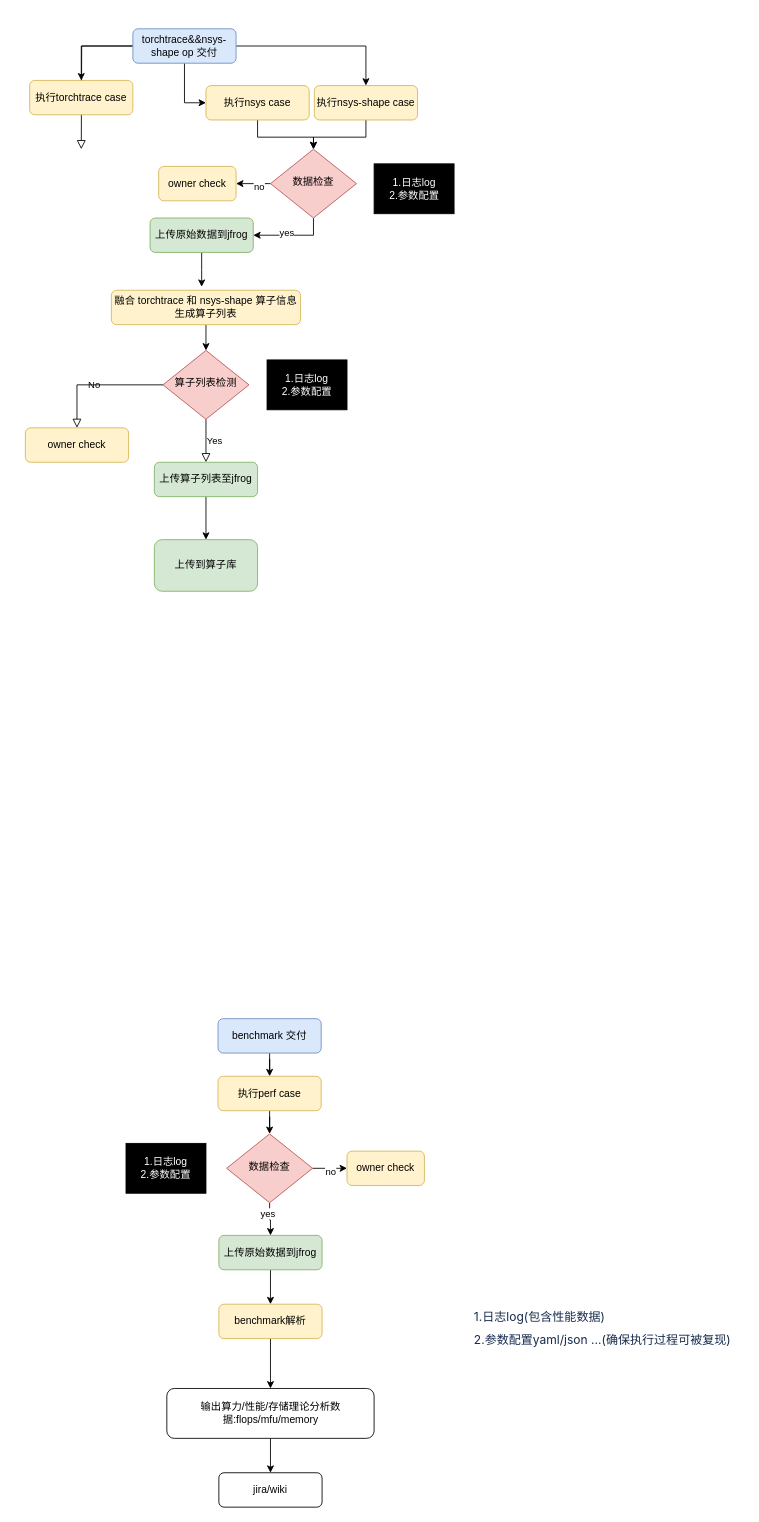
The draw.io diagram torchtrace_nsys-shape_op.drawio in kkkparty/drawio, before the edit. Source tidied: cells renumbered, new cells numbered last; positions are measured from the earlier drawing's top-left corner, leaving out a move shared by most shapes. Both pictures are drawn from the tidied source at 86%, with x=0, y=0 at pixel (25, 28).
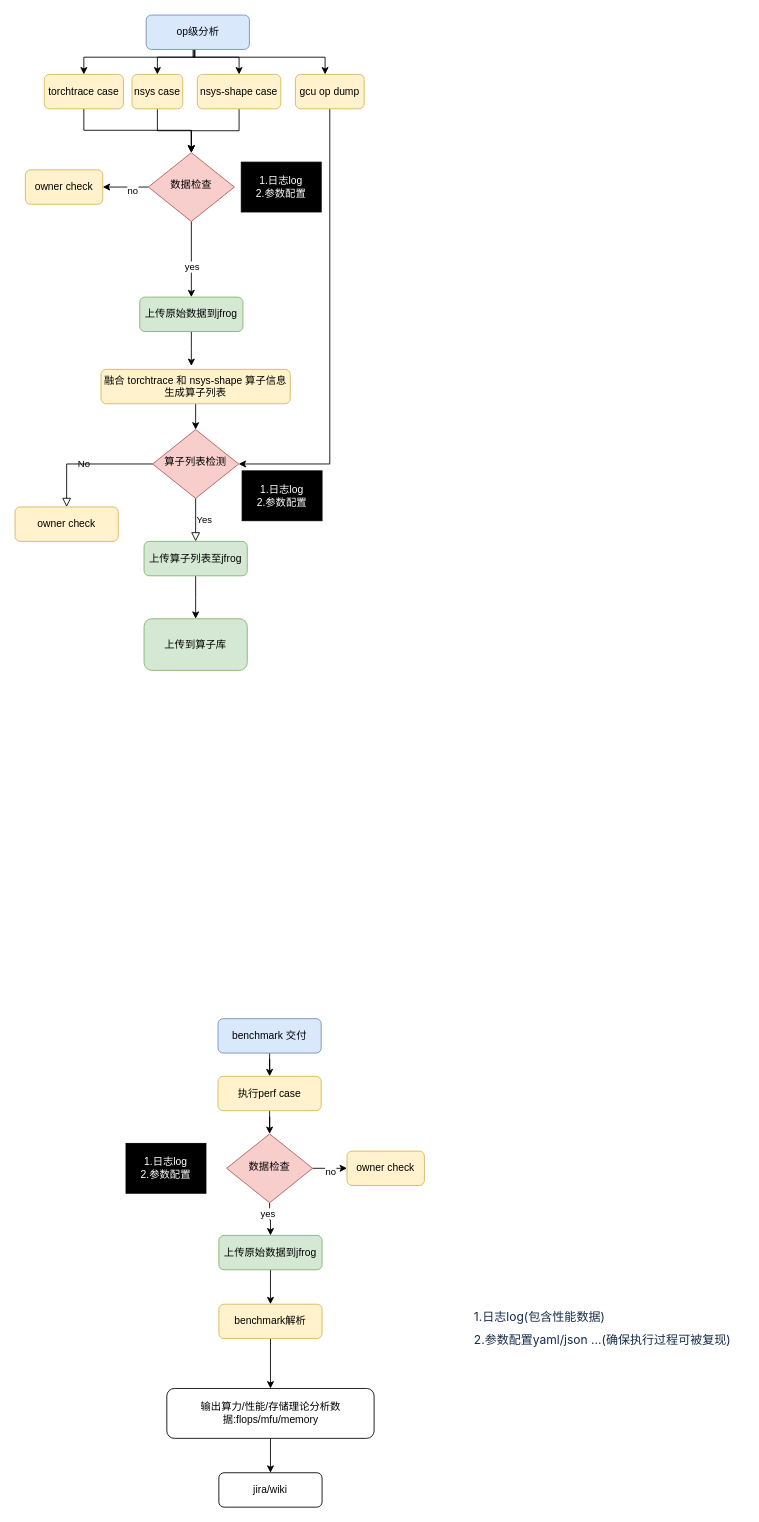
Above is the later version.

Change to the diagram source:
```diff
@@
-    <mxCell id="2" style="rounded=0;html=1;jettySize=auto;fontSize=11;endArrow=block;endFill=0;endSize=8;strokeWidth=1;shadow=0;labelBackgroundColor=none;edgeStyle=orthogonalEdgeStyle;" parent="1" edge="1" source="6">
-      <mxGeometry relative="1" as="geometry">
-        <mxPoint x="65" y="140" as="targetPoint" />
-      </mxGeometry>
-    </mxCell>
     <mxCell id="3" style="edgeStyle=orthogonalEdgeStyle;rounded=0;jettySize=auto;html=1;entryX=0.5;entryY=0;entryDx=0;entryDy=0;" parent="1" edge="1" source="6" target="13">
       <mxGeometry relative="1" as="geometry">
         <Array as="points">
-          <mxPoint x="65" y="20" />
+          <mxPoint x="196" y="33" />
+          <mxPoint x="68" y="33" />
         </Array>
       </mxGeometry>
     </mxCell>
+    <mxCell id="5" style="edgeStyle=orthogonalEdgeStyle;rounded=0;jettySize=auto;html=1;entryX=0.5;entryY=0;entryDx=0;entryDy=0;" parent="1" edge="1" source="6" target="44">
+      <mxGeometry relative="1" as="geometry">
+        <Array as="points">
+          <mxPoint x="197" y="33" />
+          <mxPoint x="154" y="33" />
+        </Array>
+      </mxGeometry>
+    </mxCell>
     <mxCell id="4" style="edgeStyle=orthogonalEdgeStyle;rounded=0;jettySize=auto;html=1;entryX=0.5;entryY=0;entryDx=0;entryDy=0;" parent="1" edge="1" source="6" target="15">
-      <mxGeometry relative="1" as="geometry" />
+      <mxGeometry relative="1" as="geometry">
+        <Array as="points">
+          <mxPoint x="197" y="33" />
+          <mxPoint x="249" y="33" />
+        </Array>
+      </mxGeometry>
     </mxCell>
-    <mxCell id="5" style="edgeStyle=orthogonalEdgeStyle;rounded=0;jettySize=auto;html=1;entryX=0;entryY=0.5;entryDx=0;entryDy=0;" parent="1" edge="1" source="6" target="44">
-      <mxGeometry relative="1" as="geometry" />
-    </mxCell>
+    <mxCell id="51" style="edgeStyle=orthogonalEdgeStyle;rounded=0;orthogonalLoop=1;jettySize=auto;html=1;entryX=0.5;entryY=0;entryDx=0;entryDy=0;" parent="1" edge="1">
+      <mxGeometry relative="1" as="geometry">
+        <mxPoint x="195" y="24" as="sourcePoint" />
+        <mxPoint x="348.5" y="53" as="targetPoint" />
+        <Array as="points">
+          <mxPoint x="195.5" y="33" />
+          <mxPoint x="348.5" y="33" />
+        </Array>
+      </mxGeometry>
+    </mxCell>
-    <mxCell id="6" value="&lt;div data-lake_diagram_content_editor_data=&quot;true&quot;&gt;torchtrace&amp;amp;&amp;amp;nsys-shape op 交付&lt;/div&gt;" style="rounded=1;whiteSpace=wrap;html=1;fontSize=12;glass=0;strokeWidth=1;shadow=0;fillColor=#dae8fc;strokeColor=#6c8ebf;" parent="1" vertex="1">
-      <mxGeometry x="125" width="120" height="40" as="geometry" />
+    <mxCell id="6" value="&lt;div data-lake_diagram_content_editor_data=&quot;true&quot;&gt;op级分析&lt;/div&gt;" style="rounded=1;whiteSpace=wrap;html=1;fontSize=12;glass=0;strokeWidth=1;shadow=0;fillColor=#dae8fc;strokeColor=#6c8ebf;" parent="1" vertex="1">
+      <mxGeometry x="140.5" y="-16" width="120" height="40" as="geometry" />
     </mxCell>
@@
     <mxCell id="9" value="算子列表检测" style="rhombus;whiteSpace=wrap;html=1;shadow=0;fontFamily=Helvetica;fontSize=12;align=center;strokeWidth=1;spacing=6;spacingTop=-4;fillColor=#f8cecc;strokeColor=#b85450;" parent="1" vertex="1">
-      <mxGeometry x="160" y="374" width="100" height="80" as="geometry" />
+      <mxGeometry x="148" y="466" width="100" height="80" as="geometry" />
     </mxCell>
     <mxCell id="10" value="owner check" style="rounded=1;whiteSpace=wrap;html=1;fontSize=12;glass=0;strokeWidth=1;shadow=0;fillColor=#fff2cc;strokeColor=#d6b656;" parent="1" vertex="1">
-      <mxGeometry y="464" width="120" height="40" as="geometry" />
+      <mxGeometry x="-12" y="556" width="120" height="40" as="geometry" />
     </mxCell>
     <mxCell id="11" style="edgeStyle=orthogonalEdgeStyle;rounded=0;jettySize=auto;html=1;" parent="1" edge="1" source="12">
       <mxGeometry relative="1" as="geometry">
-        <mxPoint x="210" y="594" as="targetPoint" />
+        <mxPoint x="198" y="686" as="targetPoint" />
       </mxGeometry>
     </mxCell>
     <mxCell id="12" value="&lt;div data-lake_diagram_content_editor_data=&quot;true&quot;&gt;上传算子列表至jfrog&lt;/div&gt;" style="rounded=1;whiteSpace=wrap;html=1;fontSize=12;glass=0;strokeWidth=1;shadow=0;fillColor=#d5e8d4;strokeColor=#82b366;" parent="1" vertex="1">
-      <mxGeometry x="150" y="504" width="120" height="40" as="geometry" />
+      <mxGeometry x="138" y="596" width="120" height="40" as="geometry" />
     </mxCell>
+    <mxCell id="52" style="edgeStyle=orthogonalEdgeStyle;rounded=0;jettySize=auto;html=1;entryX=0.5;entryY=0;entryDx=0;entryDy=0;" parent="1" edge="1" source="13" target="20">
+      <mxGeometry relative="1" as="geometry">
+        <Array as="points">
+          <mxPoint x="68" y="118" />
+          <mxPoint x="193" y="118" />
+        </Array>
+      </mxGeometry>
+    </mxCell>
-    <mxCell id="13" value="执行torchtrace case" style="rounded=1;whiteSpace=wrap;html=1;fontSize=12;glass=0;strokeWidth=1;shadow=0;fillColor=#fff2cc;strokeColor=#d6b656;" parent="1" vertex="1">
-      <mxGeometry x="5" y="60" width="120" height="40" as="geometry" />
+    <mxCell id="13" value="torchtrace case" style="rounded=1;whiteSpace=wrap;html=1;fontSize=12;glass=0;strokeWidth=1;shadow=0;fillColor=#fff2cc;strokeColor=#d6b656;" parent="1" vertex="1">
+      <mxGeometry x="22" y="53" width="92" height="40" as="geometry" />
     </mxCell>
@@
-    <mxCell id="15" value="&lt;div data-lake_diagram_content_editor_data=&quot;true&quot;&gt;执行nsys-shape case&lt;/div&gt;" style="rounded=1;whiteSpace=wrap;html=1;fontSize=12;glass=0;strokeWidth=1;shadow=0;fillColor=#fff2cc;strokeColor=#d6b656;" parent="1" vertex="1">
-      <mxGeometry x="336" y="66" width="120" height="40" as="geometry" />
+    <mxCell id="15" value="&lt;div data-lake_diagram_content_editor_data=&quot;true&quot;&gt;nsys-shape case&lt;/div&gt;" style="rounded=1;whiteSpace=wrap;html=1;fontSize=12;glass=0;strokeWidth=1;shadow=0;fillColor=#fff2cc;strokeColor=#d6b656;" parent="1" vertex="1">
+      <mxGeometry x="200" y="53" width="97" height="40" as="geometry" />
     </mxCell>
+    <mxCell id="18" style="edgeStyle=orthogonalEdgeStyle;rounded=0;jettySize=auto;html=1;" parent="1" edge="1" source="20" target="23">
+      <mxGeometry relative="1" as="geometry" />
+    </mxCell>
+    <mxCell id="19" value="no" style="edgeLabel;html=1;align=center;verticalAlign=middle;" parent="18" vertex="1">
+      <mxGeometry x="-0.3" y="3" relative="1" as="geometry" />
+    </mxCell>
     <mxCell id="16" style="edgeStyle=orthogonalEdgeStyle;rounded=0;jettySize=auto;html=1;" parent="1" edge="1" source="20" target="22">
-      <mxGeometry relative="1" as="geometry">
-        <Array as="points">
-          <mxPoint x="335" y="240" />
-        </Array>
-      </mxGeometry>
+      <mxGeometry relative="1" as="geometry" />
     </mxCell>
     <mxCell id="17" value="yes" style="edgeLabel;html=1;align=center;verticalAlign=middle;" parent="16" vertex="1">
-      <mxGeometry x="0.16" y="-4" relative="1" as="geometry" />
+      <mxGeometry x="-0.42" y="2" relative="1" as="geometry">
+        <mxPoint x="-2" y="26" as="offset" />
+      </mxGeometry>
     </mxCell>
-    <mxCell id="18" style="edgeStyle=orthogonalEdgeStyle;rounded=0;jettySize=auto;html=1;" parent="1" edge="1" source="20" target="23">
-      <mxGeometry relative="1" as="geometry" />
-    </mxCell>
-    <mxCell id="19" value="no" style="edgeLabel;html=1;align=center;verticalAlign=middle;" parent="18" vertex="1">
-      <mxGeometry x="-0.3" y="3" relative="1" as="geometry" />
-    </mxCell>
     <mxCell id="20" value="数据检查" style="rhombus;whiteSpace=wrap;html=1;shadow=0;fontFamily=Helvetica;fontSize=12;align=center;strokeWidth=1;spacing=6;spacingTop=-4;fillColor=#f8cecc;strokeColor=#b85450;" parent="1" vertex="1">
-      <mxGeometry x="285" y="140" width="100" height="80" as="geometry" />
+      <mxGeometry x="143" y="144" width="100" height="80" as="geometry" />
     </mxCell>
     <mxCell id="21" style="edgeStyle=orthogonalEdgeStyle;rounded=0;jettySize=auto;html=1;entryX=0.5;entryY=0;entryDx=0;entryDy=0;" parent="1" edge="1" source="22">
       <mxGeometry relative="1" as="geometry">
-        <mxPoint x="205" y="300" as="targetPoint" />
+        <mxPoint x="193" y="392" as="targetPoint" />
       </mxGeometry>
     </mxCell>
     <mxCell id="22" value="&lt;div data-lake_diagram_content_editor_data=&quot;true&quot;&gt;上传原始数据到jfrog&lt;/div&gt;" style="rounded=1;whiteSpace=wrap;html=1;fontSize=12;glass=0;strokeWidth=1;shadow=0;fillColor=#d5e8d4;strokeColor=#82b366;" parent="1" vertex="1">
-      <mxGeometry x="145" y="220" width="120" height="40" as="geometry" />
+      <mxGeometry x="133" y="312" width="120" height="40" as="geometry" />
     </mxCell>
     <mxCell id="23" value="owner check" style="rounded=1;whiteSpace=wrap;html=1;fontSize=12;glass=0;strokeWidth=1;shadow=0;fillColor=#fff2cc;strokeColor=#d6b656;" parent="1" vertex="1">
-      <mxGeometry x="155" y="160" width="90" height="40" as="geometry" />
+      <mxGeometry y="164" width="90" height="40" as="geometry" />
     </mxCell>
@@
     <mxCell id="25" style="edgeStyle=orthogonalEdgeStyle;rounded=0;jettySize=auto;html=1;entryX=0.5;entryY=0;entryDx=0;entryDy=0;" parent="1" edge="1" source="26">
       <mxGeometry relative="1" as="geometry">
-        <mxPoint x="210" y="374" as="targetPoint" />
+        <mxPoint x="198" y="466" as="targetPoint" />
       </mxGeometry>
     </mxCell>
     <mxCell id="26" value="融合 torchtrace 和 nsys-shape 算子信息生成算子列表" style="rounded=1;whiteSpace=wrap;html=1;fontSize=12;glass=0;strokeWidth=1;shadow=0;fillColor=#fff2cc;strokeColor=#d6b656;" parent="1" vertex="1">
-      <mxGeometry x="100" y="304" width="220" height="40" as="geometry" />
+      <mxGeometry x="88" y="396" width="220" height="40" as="geometry" />
     </mxCell>
     <mxCell id="27" value="&lt;div data-lake_diagram_content_editor_data=&quot;true&quot;&gt;上传到算子库&lt;/div&gt;" style="rounded=1;whiteSpace=wrap;html=1;fillColor=#d5e8d4;strokeColor=#82b366;" parent="1" vertex="1">
-      <mxGeometry x="150" y="594" width="120" height="60" as="geometry" />
+      <mxGeometry x="138" y="686" width="120" height="60" as="geometry" />
     </mxCell>
@@
-    <mxCell id="43" style="edgeStyle=orthogonalEdgeStyle;rounded=0;jettySize=auto;html=1;" parent="1" edge="1" source="44" target="20">
+    <mxCell id="43" style="edgeStyle=orthogonalEdgeStyle;rounded=0;jettySize=auto;html=1;entryX=0.5;entryY=0;entryDx=0;entryDy=0;" parent="1" edge="1" source="44" target="20">
       <mxGeometry relative="1" as="geometry" />
     </mxCell>
-    <mxCell id="44" value="&lt;div data-lake_diagram_content_editor_data=&quot;true&quot;&gt;执行nsys case&lt;/div&gt;" style="rounded=1;whiteSpace=wrap;html=1;fontSize=12;glass=0;strokeWidth=1;shadow=0;fillColor=#fff2cc;strokeColor=#d6b656;" parent="1" vertex="1">
-      <mxGeometry x="210" y="66" width="120" height="40" as="geometry" />
+    <mxCell id="44" value="&lt;div data-lake_diagram_content_editor_data=&quot;true&quot;&gt;nsys case&lt;/div&gt;" style="rounded=1;whiteSpace=wrap;html=1;fontSize=12;glass=0;strokeWidth=1;shadow=0;fillColor=#fff2cc;strokeColor=#d6b656;" parent="1" vertex="1">
+      <mxGeometry x="124" y="53" width="59" height="40" as="geometry" />
     </mxCell>
@@
     <mxCell id="49" value="1.日志log&lt;div&gt;2.参数配置&lt;/div&gt;" style="rounded=0;whiteSpace=wrap;html=1;labelBackgroundColor=#000000;fillColor=#000000;fontColor=#FFFFFF;align=center;" parent="1" vertex="1">
-      <mxGeometry x="405.5" y="157" width="93" height="58" as="geometry" />
+      <mxGeometry x="251" y="155" width="93" height="58" as="geometry" />
     </mxCell>
     <mxCell id="50" value="1.日志log&lt;div&gt;2.参数配置&lt;/div&gt;" style="rounded=0;whiteSpace=wrap;html=1;labelBackgroundColor=#000000;fillColor=#000000;fontColor=#FFFFFF;align=center;" parent="1" vertex="1">
-      <mxGeometry x="281" y="385" width="93" height="58" as="geometry" />
+      <mxGeometry x="252" y="514" width="93" height="58" as="geometry" />
     </mxCell>
+    <mxCell id="53" style="edgeStyle=orthogonalEdgeStyle;rounded=0;jettySize=auto;html=1;" parent="1" edge="1" source="54" target="9">
+      <mxGeometry relative="1" as="geometry">
+        <Array as="points">
+          <mxPoint x="354" y="506" />
+        </Array>
+      </mxGeometry>
+    </mxCell>
+    <mxCell id="54" value="gcu op dump" style="rounded=1;whiteSpace=wrap;html=1;fontSize=12;glass=0;strokeWidth=1;shadow=0;fillColor=#fff2cc;strokeColor=#d6b656;" parent="1" vertex="1">
+      <mxGeometry x="314" y="53" width="80" height="40" as="geometry" />
+    </mxCell>
```
